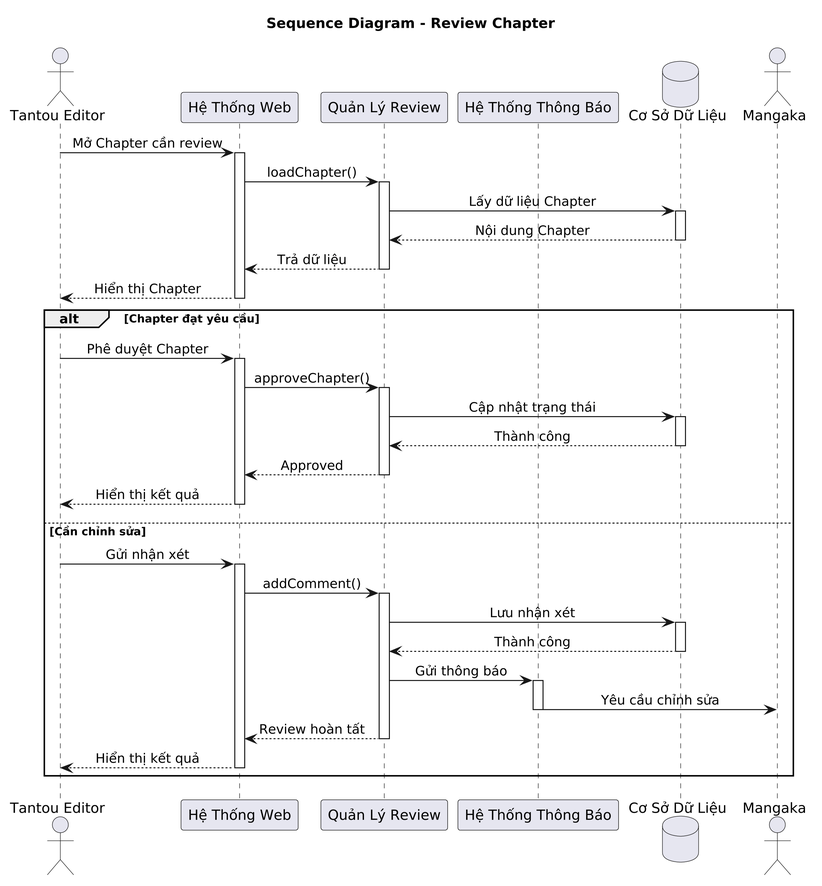
Above: assets/diagrams/Chapter3_IMAGE/sequence_diagram_review_chapter.png in trongtan0079/manga-workflow-report (PlantUML), before the change. The source it was exported from:
```plantuml
@startuml
skinparam dpi 300

skinparam Shadowing false
skinparam ParticipantBackgroundColor #E6E6F0
skinparam ParticipantBorderColor Black
skinparam SequenceMessageAlign center

title Sequence Diagram - Review Chapter

actor "Tantou Editor" as Editor
participant "Hệ Thống Web" as Web
participant "Quản Lý Review" as ReviewManager
participant "Hệ Thống Thông Báo" as Notification
database "Cơ Sở Dữ Liệu" as DB
actor Mangaka

Editor -> Web : Mở Chapter cần review
activate Web

Web -> ReviewManager : loadChapter()
activate ReviewManager

ReviewManager -> DB : Lấy dữ liệu Chapter
activate DB
DB --> ReviewManager : Nội dung Chapter
deactivate DB

ReviewManager --> Web : Trả dữ liệu
deactivate ReviewManager

Web --> Editor : Hiển thị Chapter
deactivate Web

alt Chapter đạt yêu cầu

    Editor -> Web : Phê duyệt Chapter
    activate Web

    Web -> ReviewManager : approveChapter()
    activate ReviewManager

    ReviewManager -> DB : Cập nhật trạng thái
    activate DB
    DB --> ReviewManager : Thành công
    deactivate DB

    ReviewManager --> Web : Approved
    deactivate ReviewManager

    Web --> Editor : Hiển thị kết quả
    deactivate Web

else Cần chỉnh sửa

    Editor -> Web : Gửi nhận xét
    activate Web

    Web -> ReviewManager : addComment()
    activate ReviewManager

    ReviewManager -> DB : Lưu nhận xét
    activate DB
    DB --> ReviewManager : Thành công
    deactivate DB

    ReviewManager -> Notification : Gửi thông báo
    activate Notification

    Notification -> Mangaka : Yêu cầu chỉnh sửa

    deactivate Notification

    ReviewManager --> Web : Review hoàn tất
    deactivate ReviewManager

    Web --> Editor : Hiển thị kết quả
    deactivate Web

end
@enduml
```
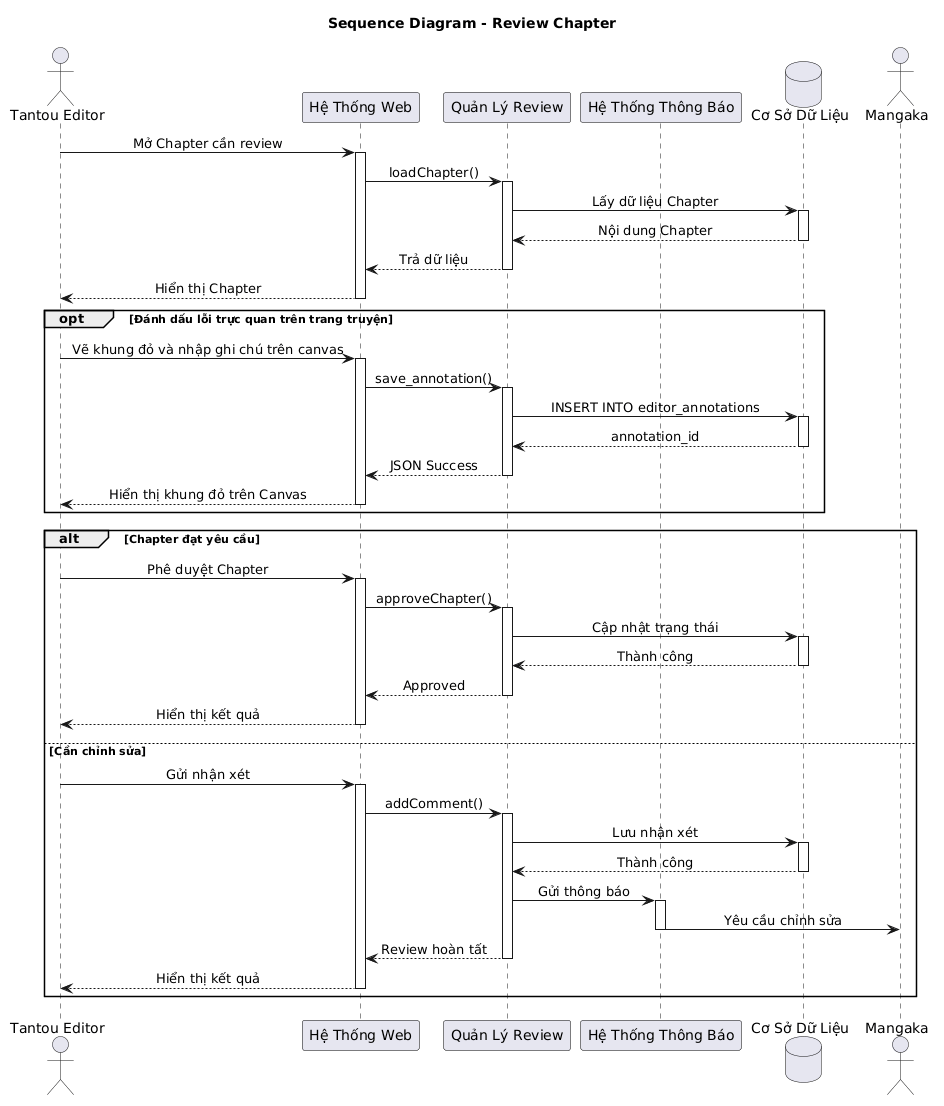
The same diagram one commit later.

Diff of the diagram source:
```diff
@@ -1,6 +1,4 @@
 @startuml
-skinparam dpi 300
-
 skinparam Shadowing false
 skinparam ParticipantBackgroundColor #E6E6F0
 skinparam ParticipantBorderColor Black
@@ -31,6 +29,21 @@
 
 Web --> Editor : Hiển thị Chapter
 deactivate Web
+
+opt Đánh dấu lỗi trực quan trên trang truyện
+    Editor -> Web : Vẽ khung đỏ và nhập ghi chú trên canvas
+    activate Web
+    Web -> ReviewManager : save_annotation()
+    activate ReviewManager
+    ReviewManager -> DB : INSERT INTO editor_annotations
+    activate DB
+    DB --> ReviewManager : annotation_id
+    deactivate DB
+    ReviewManager --> Web : JSON Success
+    deactivate ReviewManager
+    Web --> Editor : Hiển thị khung đỏ trên Canvas
+    deactivate Web
+end
 
 alt Chapter đạt yêu cầu
 
```
